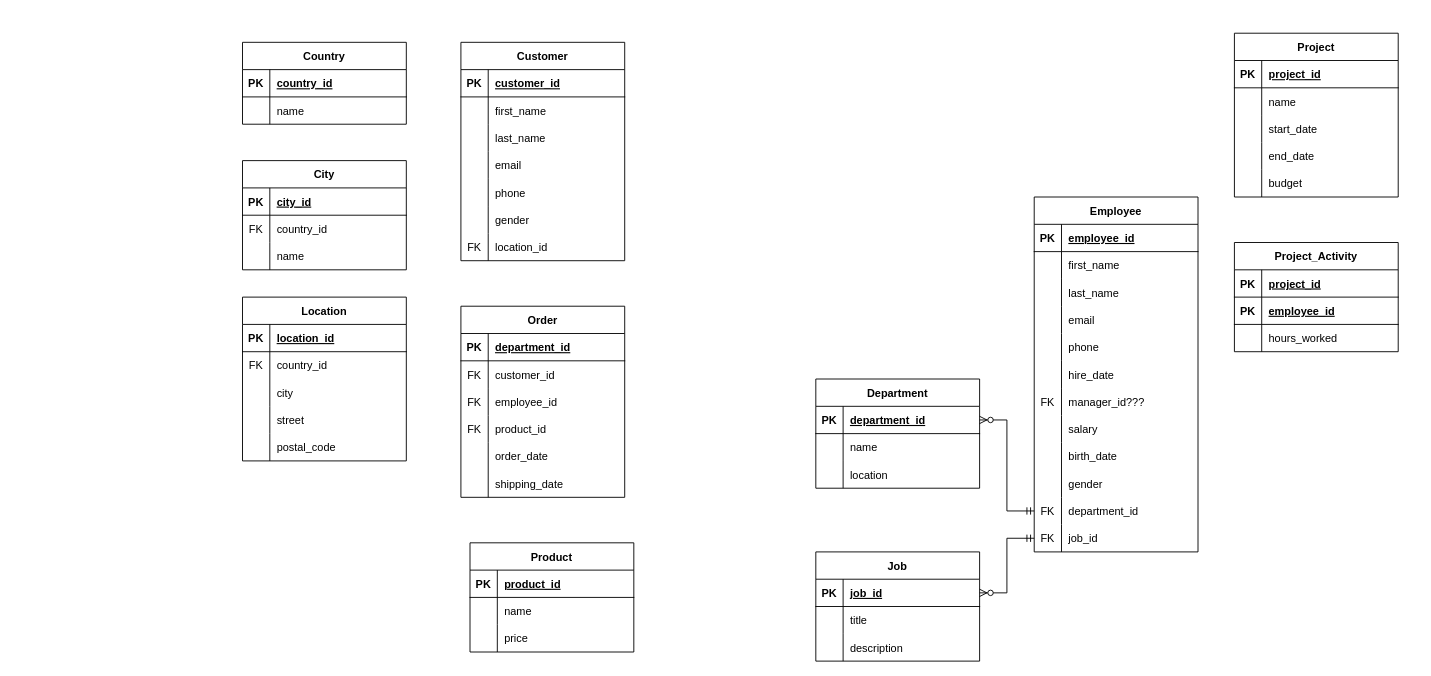
Before: foo/fff.drawio in tshipenchko/draw.io, a draw.io diagram. Source tidied: cells renumbered, new cells numbered last; positions are measured from the earlier drawing's top-left corner, leaving out a move shared by most shapes. Both pictures are drawn from the tidied source at 91%, with x=0, y=0 at pixel (242, 33).
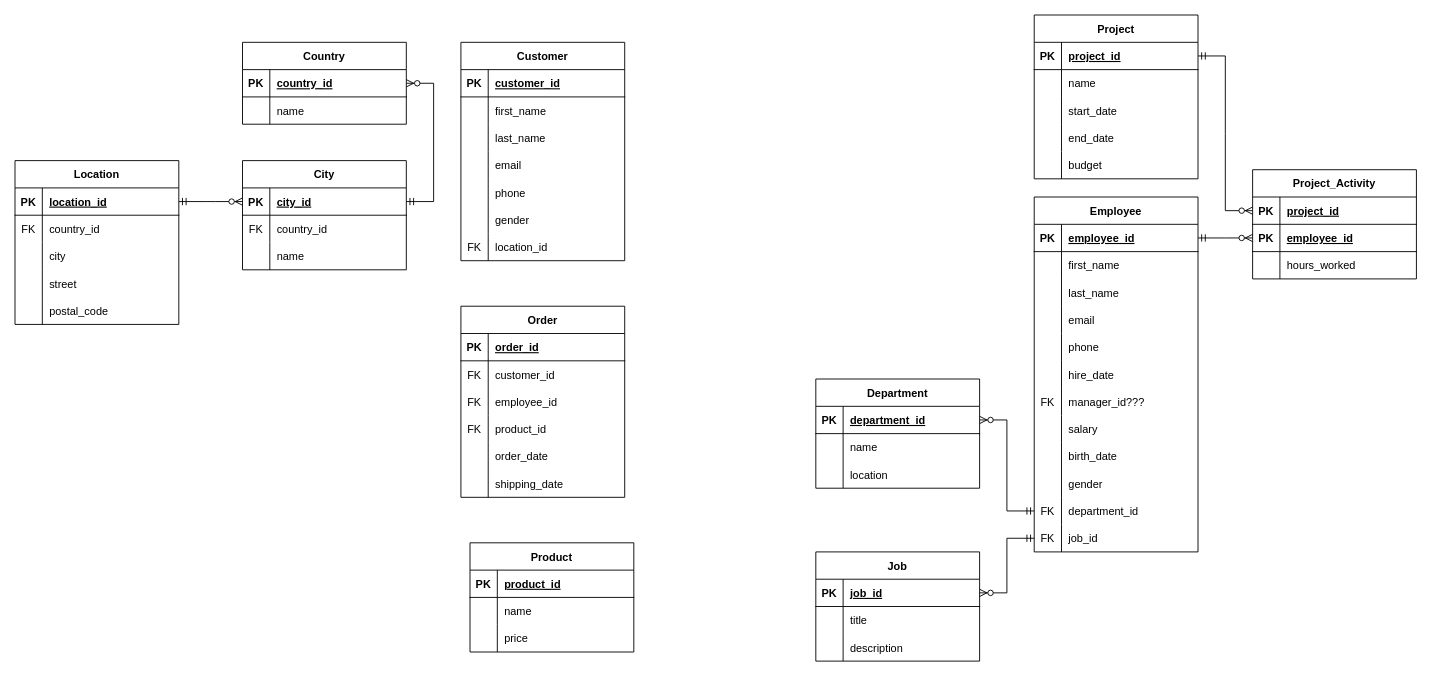
The same page after the edit.

Commit message:
Foo bar baz

Unchanged cells that the change refers to:
```xml
<mxCell id="23" style="shape=tableRow;horizontal=0;startSize=0;swimlaneHead=0;swimlaneBody=0;fillColor=none;points=[[0,0.5],[1,0.5]];portConstraint=eastwest;top=0;left=0;right=0;bottom=1;" parent="22" vertex="1">
  <mxGeometry y="30" width="180" height="30" as="geometry" />
</mxCell>
<mxCell id="39" style="shape=tableRow;horizontal=0;startSize=0;swimlaneHead=0;swimlaneBody=0;fillColor=none;points=[[0,0.5],[1,0.5]];portConstraint=eastwest;top=0;left=0;right=0;bottom=1;" parent="38" vertex="1">
  <mxGeometry y="30" width="180" height="30" as="geometry" />
</mxCell>
<mxCell id="42" style="shape=tableRow;horizontal=0;startSize=0;swimlaneHead=0;swimlaneBody=0;fillColor=none;points=[[0,0.5],[1,0.5]];portConstraint=eastwest;top=0;left=0;right=0;bottom=1;" parent="38" vertex="1">
  <mxGeometry y="60" width="180" height="30" as="geometry" />
</mxCell>
<mxCell id="49" style="shape=tableRow;horizontal=0;startSize=0;swimlaneHead=0;swimlaneBody=0;fillColor=none;points=[[0,0.5],[1,0.5]];portConstraint=eastwest;top=0;left=0;right=0;bottom=1;" parent="48" vertex="1">
  <mxGeometry y="30" width="180" height="30" as="geometry" />
</mxCell>
<mxCell id="56" style="shape=tableRow;horizontal=0;startSize=0;swimlaneHead=0;swimlaneBody=0;fillColor=none;points=[[0,0.5],[1,0.5]];portConstraint=eastwest;top=0;left=0;right=0;bottom=1;" parent="55" vertex="1">
  <mxGeometry y="30" width="180" height="30" as="geometry" />
</mxCell>
<mxCell id="66" style="shape=tableRow;horizontal=0;startSize=0;swimlaneHead=0;swimlaneBody=0;fillColor=none;points=[[0,0.5],[1,0.5]];portConstraint=eastwest;top=0;left=0;right=0;bottom=1;" parent="65" vertex="1">
  <mxGeometry y="30" width="180" height="30" as="geometry" />
</mxCell>
<mxCell id="82" style="shape=tableRow;horizontal=0;startSize=0;swimlaneHead=0;swimlaneBody=0;fillColor=none;points=[[0,0.5],[1,0.5]];portConstraint=eastwest;top=0;left=0;right=0;bottom=1;" parent="81" vertex="1">
  <mxGeometry y="30" width="180" height="30" as="geometry" />
</mxCell>
<mxCell id="141" style="shape=tableRow;horizontal=0;startSize=0;swimlaneHead=0;swimlaneBody=0;fillColor=none;top=0;left=0;right=0;bottom=1;" parent="140" vertex="1">
  <mxGeometry y="30" width="180" height="30" as="geometry" />
</mxCell>
```

The edit, as a diff of the source:
```diff
@@
     <mxCell id="22" value="Project" style="shape=table;startSize=30;childLayout=tableLayout;rowLines=0;fontStyle=1;align=center;" parent="1" vertex="1">
-      <mxGeometry x="1090" width="180" height="180" as="geometry" />
+      <mxGeometry x="870" y="-20" width="180" height="180" as="geometry" />
     </mxCell>
@@
     <mxCell id="38" value="Project_Activity" style="shape=table;startSize=30;childLayout=tableLayout;rowLines=0;fontStyle=1;align=center;" parent="1" vertex="1">
-      <mxGeometry x="1090" y="230" width="180" height="120" as="geometry" />
+      <mxGeometry x="1110" y="150" width="180" height="120" as="geometry" />
     </mxCell>
@@
     <mxCell id="65" value="Location" style="shape=table;startSize=30;childLayout=tableLayout;rowLines=0;fontStyle=1;align=center;" parent="1" vertex="1">
-      <mxGeometry y="290" width="180" height="180" as="geometry" />
+      <mxGeometry x="-250" y="140" width="180" height="180" as="geometry" />
     </mxCell>
@@
-    <mxCell id="143" value="department_id" style="shape=partialRectangle;fillColor=none;top=0;left=0;bottom=0;right=0;align=left;spacingLeft=6;fontStyle=5;overflow=hidden;" parent="141" vertex="1">
+    <mxCell id="143" value="order_id" style="shape=partialRectangle;fillColor=none;top=0;left=0;bottom=0;right=0;align=left;spacingLeft=6;fontStyle=5;overflow=hidden;" parent="141" vertex="1">
       <mxGeometry x="30" width="150" height="30" as="geometry" />
     </mxCell>
@@
+    <mxCell id="171" style="edgeStyle=entityRelationEdgeStyle;fontSize=12;html=1;endArrow=ERzeroToMany;startArrow=ERmandOne;rounded=0;entryX=0;entryY=0.5;entryDx=0;entryDy=0;exitX=1;exitY=0.5;exitDx=0;exitDy=0;" parent="1" edge="1" source="82" target="42">
+      <mxGeometry relative="1" as="geometry" />
+    </mxCell>
+    <mxCell id="172" style="edgeStyle=entityRelationEdgeStyle;fontSize=12;html=1;endArrow=ERzeroToMany;startArrow=ERmandOne;rounded=0;exitX=1;exitY=0.5;exitDx=0;exitDy=0;entryX=0;entryY=0.5;entryDx=0;entryDy=0;" parent="1" edge="1" source="23" target="39">
+      <mxGeometry relative="1" as="geometry" />
+    </mxCell>
+    <mxCell id="173" style="edgeStyle=entityRelationEdgeStyle;fontSize=12;html=1;endArrow=ERzeroToMany;startArrow=ERmandOne;rounded=0;" parent="1" edge="1" target="49">
+      <mxGeometry relative="1" as="geometry">
+        <mxPoint x="180" y="185" as="sourcePoint" />
+      </mxGeometry>
+    </mxCell>
+    <mxCell id="174" style="edgeStyle=entityRelationEdgeStyle;fontSize=12;html=1;endArrow=ERzeroToMany;startArrow=ERmandOne;rounded=0;entryX=0;entryY=0.5;entryDx=0;entryDy=0;" parent="1" edge="1" source="66" target="56">
+      <mxGeometry relative="1" as="geometry" />
+    </mxCell>
```
